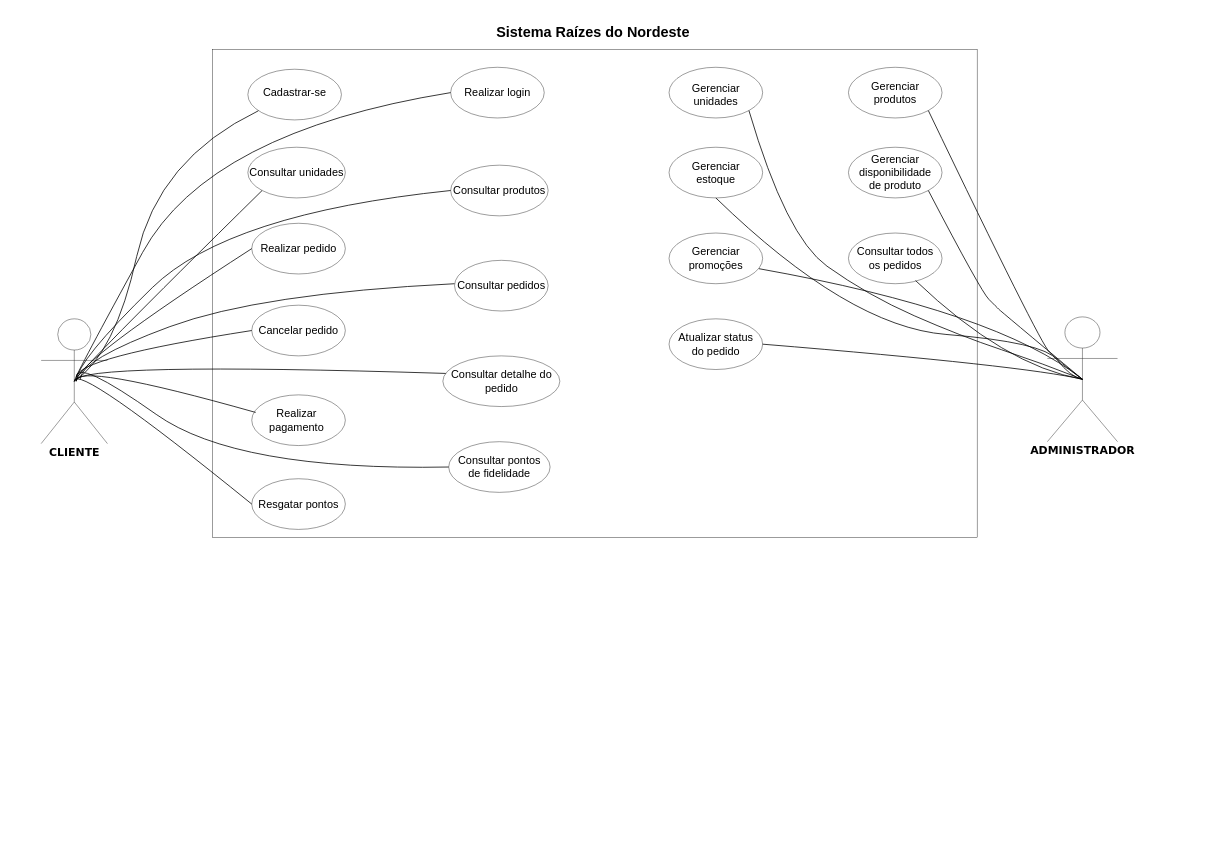
Earlier version of the draw.io diagram Diagramas/diagrama_casos_de_uso.drawio (itsvecci/raizes-do-nordeste). Source tidied: cells renumbered, new cells numbered last; positions are measured from the earlier drawing's top-left corner, leaving out a move shared by most shapes. Both pictures are drawn from the tidied source at 39%, with x=0, y=0 at pixel (41, 7).
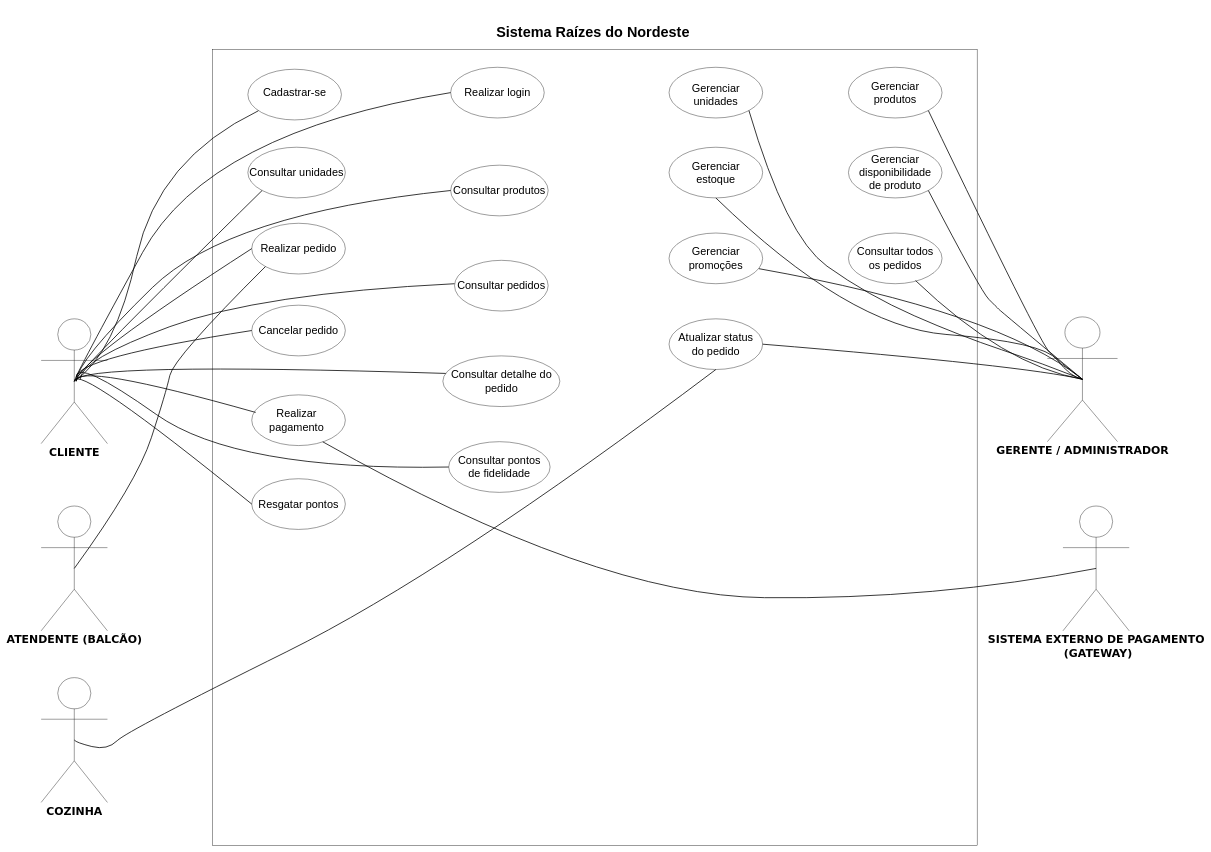
Above is the later version.

The change refers to these unchanged cells:
```xml
<mxCell id="10" style="ellipse;whiteSpace=wrap;html=1;shapeInside=1;" parent="1" vertex="1">
  <mxGeometry x="540" y="555" width="240" height="130" as="geometry" />
</mxCell>
<mxCell id="21" style="ellipse;whiteSpace=wrap;html=1;shapeInside=1;" parent="1" vertex="1">
  <mxGeometry x="540" y="995" width="240" height="130" as="geometry" />
</mxCell>
<mxCell id="31" style="ellipse;whiteSpace=wrap;html=1;shapeInside=1;" parent="1" vertex="1">
  <mxGeometry x="1610" y="800" width="240" height="130" as="geometry" />
</mxCell>
```

What changed in the source:
```diff
@@
-    <mxCell id="3" value="&lt;font face=&quot;Verdana&quot; style=&quot;font-size: 28px;&quot;&gt;&lt;b&gt;ADMINISTRADOR&lt;/b&gt;&lt;/font&gt;&lt;div&gt;&lt;font face=&quot;Verdana&quot;&gt;&lt;b&gt;&lt;br&gt;&lt;/b&gt;&lt;/font&gt;&lt;/div&gt;" style="shape=umlActor;verticalLabelPosition=bottom;verticalAlign=top;html=1;labelPerimeter=1;align=center;" parent="1" vertex="1">
+    <mxCell id="3" value="&lt;font face=&quot;Verdana&quot; style=&quot;font-size: 28px;&quot;&gt;&lt;b&gt;GERENTE / ADMINISTRADOR&lt;/b&gt;&lt;/font&gt;&lt;div&gt;&lt;font face=&quot;Verdana&quot;&gt;&lt;b&gt;&lt;br&gt;&lt;/b&gt;&lt;/font&gt;&lt;/div&gt;" style="shape=umlActor;verticalLabelPosition=bottom;verticalAlign=top;html=1;labelPerimeter=1;align=center;" parent="1" vertex="1">
       <mxGeometry x="2580" y="795" width="180" height="320" as="geometry" />
     </mxCell>
     <mxCell id="4" style="rounded=0;whiteSpace=wrap;html=1;fillColor=none;fixDash=1;" parent="1" vertex="1">
-      <mxGeometry x="440" y="110" width="1960" height="1250" as="geometry" />
+      <mxGeometry x="440" y="110" width="1960" height="2040" as="geometry" />
     </mxCell>
@@
+    <mxCell id="60" value="&lt;b style=&quot;&quot;&gt;&lt;font face=&quot;Verdana&quot; style=&quot;font-size: 28px;&quot;&gt;ATENDENTE (BALCÃO)&lt;/font&gt;&lt;/b&gt;" style="shape=umlActor;verticalLabelPosition=bottom;verticalAlign=top;html=1;labelPerimeter=1;align=center;" parent="1" vertex="1">
+      <mxGeometry y="1280" width="170" height="320" as="geometry" />
+    </mxCell>
+    <mxCell id="61" value="&lt;font face=&quot;Verdana&quot;&gt;&lt;span style=&quot;font-size: 28px;&quot;&gt;&lt;b&gt;COZINHA&lt;/b&gt;&lt;/span&gt;&lt;/font&gt;" style="shape=umlActor;verticalLabelPosition=bottom;verticalAlign=top;html=1;labelPerimeter=1;align=center;" parent="1" vertex="1">
+      <mxGeometry y="1720" width="170" height="320" as="geometry" />
+    </mxCell>
+    <mxCell id="62" value="&lt;font face=&quot;Verdana&quot;&gt;&lt;span style=&quot;font-size: 28px;&quot;&gt;&lt;b&gt;SISTEMA EXTERNO DE PAGAMENTO&lt;/b&gt;&lt;/span&gt;&lt;/font&gt;&lt;div&gt;&lt;font face=&quot;Verdana&quot;&gt;&lt;span style=&quot;font-size: 28px;&quot;&gt;&lt;b&gt;&amp;nbsp;(GATEWAY)&lt;/b&gt;&lt;/span&gt;&lt;/font&gt;&lt;/div&gt;" style="shape=umlActor;verticalLabelPosition=bottom;verticalAlign=top;html=1;labelPerimeter=1;align=center;" parent="1" vertex="1">
+      <mxGeometry x="2620" y="1280" width="170" height="320" as="geometry" />
+    </mxCell>
+    <mxCell id="63" style="curved=1;curveGeometry=1;endArrow=none;html=1;rounded=0;defaultLabelBackgroundColor=page;labelPadding=0 4;exitX=0.759;exitY=0.926;exitDx=0;exitDy=0;exitPerimeter=0;entryX=0.5;entryY=0.5;entryDx=0;entryDy=0;entryPerimeter=0;endFill=0;strokeWidth=2;" parent="1" edge="1" source="21" target="62">
+      <mxGeometry x="0.54" relative="1" as="geometry">
+        <Array as="points">
+          <mxPoint x="1420" y="1510" />
+          <mxPoint x="2290" y="1520" />
+        </Array>
+      </mxGeometry>
+    </mxCell>
+    <mxCell id="64" style="curved=1;curveGeometry=1;endArrow=none;html=1;rounded=0;defaultLabelBackgroundColor=page;labelPadding=0 4;exitX=0.5;exitY=0.5;exitDx=0;exitDy=0;exitPerimeter=0;entryX=0;entryY=1;entryDx=0;entryDy=0;strokeWidth=2;endFill=0;" parent="1" edge="1" source="60" target="10">
+      <mxGeometry x="0.06" relative="1" as="geometry">
+        <Array as="points">
+          <mxPoint x="245" y="1220" />
+          <mxPoint x="320" y="990" />
+          <mxPoint x="340" y="900" />
+        </Array>
+      </mxGeometry>
+    </mxCell>
+    <mxCell id="65" style="curved=1;curveGeometry=1;endArrow=none;html=1;rounded=0;defaultLabelBackgroundColor=page;labelPadding=0 4;entryX=0.5;entryY=1;entryDx=0;entryDy=0;endFill=0;strokeWidth=2;exitX=0.5;exitY=0.5;exitDx=0;exitDy=0;exitPerimeter=0;" parent="1" edge="1" source="61" target="31">
+      <mxGeometry x="-0.9" relative="1" as="geometry">
+        <Array as="points">
+          <mxPoint x="90" y="1886.7" />
+          <mxPoint x="170" y="1906.7" />
+          <mxPoint x="220" y="1856.7" />
+          <mxPoint x="1040" y="1450" />
+        </Array>
+      </mxGeometry>
+    </mxCell>
```
